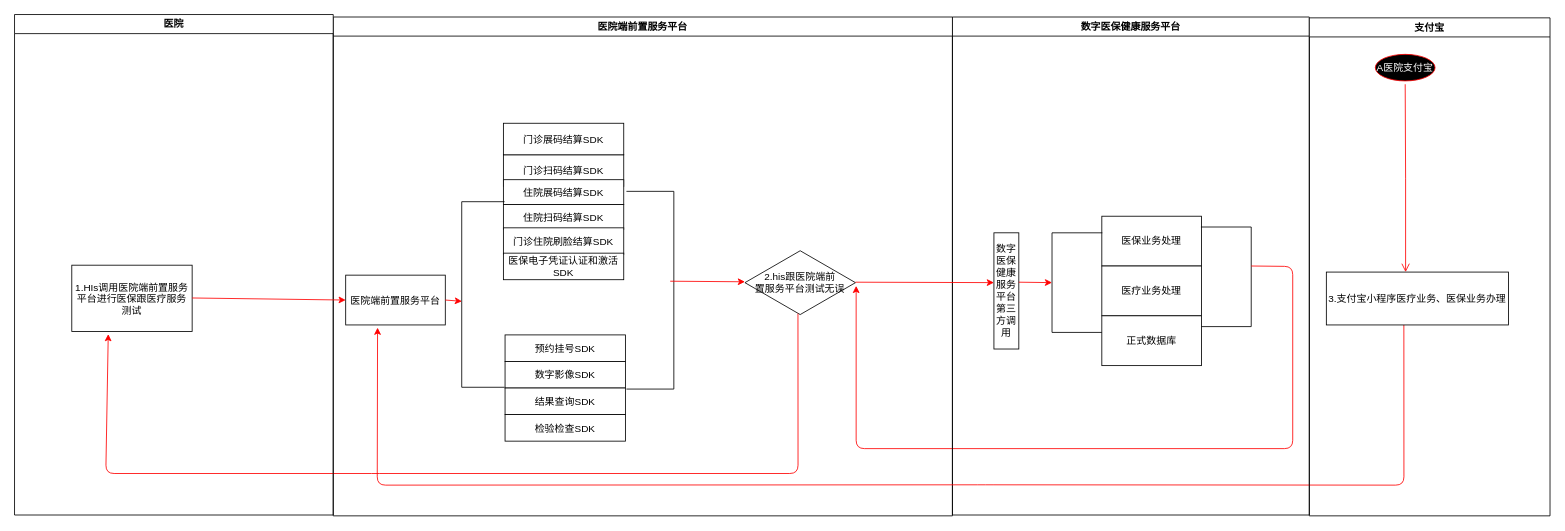
The draw.io diagram scis-master/Untitled Diagram.drawio in yangyutf/Springscxx, before the edit. Source tidied: cells renumbered, new cells numbered last; positions are measured from the earlier drawing's top-left corner, leaving out a move shared by most shapes. Both pictures are drawn from the tidied source at 83%, with x=0, y=0 at pixel (14, 14).
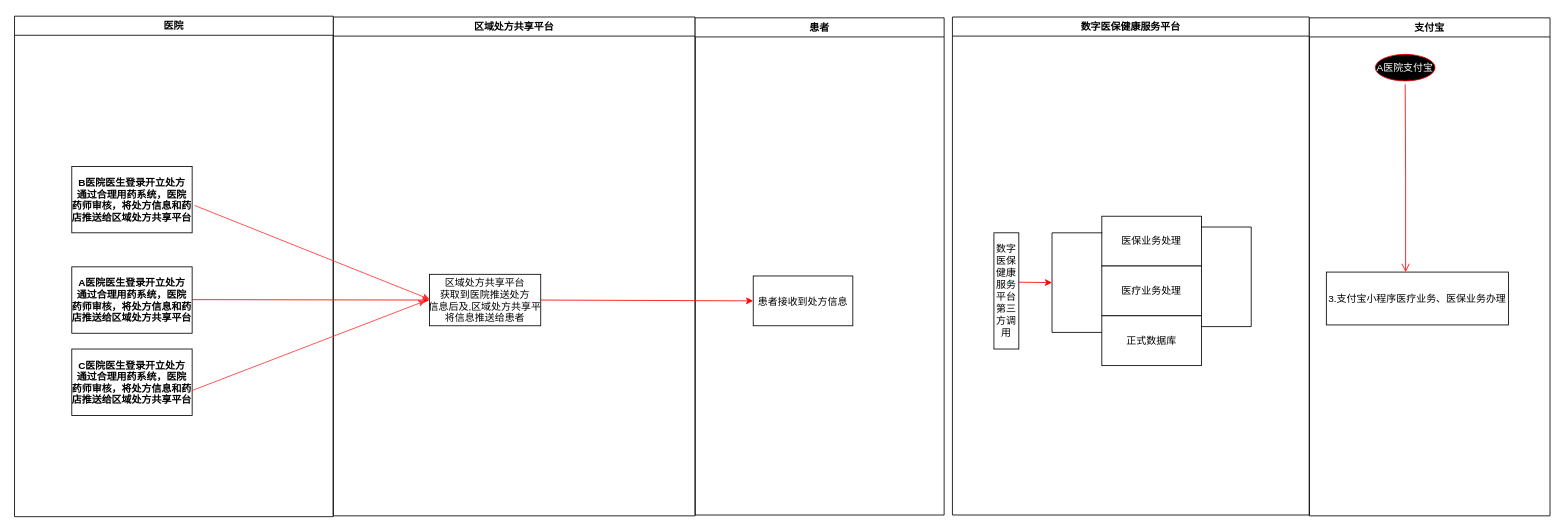
After the change.

The change refers to these unchanged cells:
```xml
<mxCell id="2" value="数字医保健康服务平台" style="swimlane;whiteSpace=wrap;" parent="1" vertex="1">
  <mxGeometry x="1130" y="3" width="430" height="600" as="geometry" />
</mxCell>
```

The edit, as a diff of the source:
```diff
@@
-    <mxCell id="10" style="endArrow=classic;html=1;strokeColor=#FF0000;fontColor=#FFFFFF;entryX=1.006;entryY=0.549;entryDx=0;entryDy=0;entryPerimeter=0;" parent="2" edge="1" target="26">
-      <mxGeometry relative="1" as="geometry">
-        <mxPoint x="360" y="300" as="sourcePoint" />
-        <Array as="points">
-          <mxPoint x="410" y="300.5" />
-          <mxPoint x="410" y="520" />
-          <mxPoint x="-116" y="520" />
-        </Array>
-      </mxGeometry>
-    </mxCell>
@@
-    <mxCell id="12" value="医院端前置服务平台" style="swimlane;whiteSpace=wrap;" parent="1" vertex="1">
-      <mxGeometry x="384" y="3" width="746" height="601" as="geometry" />
+    <mxCell id="12" value="区域处方共享平台" style="swimlane;whiteSpace=wrap;" parent="1" vertex="1">
+      <mxGeometry x="384" y="3" width="436" height="601" as="geometry" />
     </mxCell>
-    <mxCell id="13" value="门诊扫码结算SDK" parent="12" vertex="1">
-      <mxGeometry x="205" y="166" width="145" height="38" as="geometry" />
-    </mxCell>
-    <mxCell id="14" value="住院展码结算SDK" parent="12" vertex="1">
-      <mxGeometry x="205" y="196" width="145" height="30" as="geometry" />
-    </mxCell>
-    <mxCell id="15" value="住院扫码结算SDK" parent="12" vertex="1">
-      <mxGeometry x="205" y="226" width="145" height="30" as="geometry" />
-    </mxCell>
-    <mxCell id="16" value="门诊住院刷脸结算SDK" parent="12" vertex="1">
-      <mxGeometry x="205" y="254" width="145" height="32" as="geometry" />
-    </mxCell>
-    <mxCell id="17" value="门诊展码结算SDK" parent="12" vertex="1">
-      <mxGeometry x="205" y="128" width="145" height="38" as="geometry" />
-    </mxCell>
-    <mxCell id="18" value="医院端前置服务平台" parent="12" vertex="1">
-      <mxGeometry x="15" y="311" width="120" height="60" as="geometry" />
+    <mxCell id="18" value="区域处方共享平台&#10;获取到医院推送处方&#10;信息后及,区域处方共享平&#10;将信息推送给患者" parent="12" vertex="1">
+      <mxGeometry x="116" y="310" width="134" height="62" as="geometry" />
     </mxCell>
-    <mxCell id="19" style="endArrow=classic;html=1;strokeColor=#FF0000;fontColor=#FFFFFF;exitX=1;exitY=0.5;exitDx=0;exitDy=0;" parent="12" edge="1" source="18">
-      <mxGeometry relative="1" as="geometry">
-        <mxPoint x="155" y="343" as="targetPoint" />
-        <Array as="points">
-          <mxPoint x="155" y="342.5" />
-        </Array>
-      </mxGeometry>
-    </mxCell>
-    <mxCell id="20" value="预约挂号SDK" parent="12" vertex="1">
-      <mxGeometry x="207" y="383" width="145" height="32" as="geometry" />
-    </mxCell>
-    <mxCell id="21" value="数字影像SDK" parent="12" vertex="1">
-      <mxGeometry x="207" y="415" width="145" height="32" as="geometry" />
-    </mxCell>
-    <mxCell id="22" value="结果查询SDK" parent="12" vertex="1">
-      <mxGeometry x="207" y="447" width="145" height="32" as="geometry" />
-    </mxCell>
-    <mxCell id="23" value="检验检查SDK" parent="12" vertex="1">
-      <mxGeometry x="207" y="479" width="145" height="32" as="geometry" />
-    </mxCell>
-    <mxCell id="24" style="shape=partialRectangle;whiteSpace=wrap;html=1;bottom=1;right=1;left=1;top=0;fillColor=none;routingCenterX=-0.5;rotation=90;" parent="12" vertex="1">
-      <mxGeometry x="68.5" y="308.8" width="223.6" height="51" as="geometry" />
-    </mxCell>
-    <mxCell id="25" style="shape=partialRectangle;whiteSpace=wrap;html=1;bottom=1;right=1;left=1;top=0;fillColor=none;routingCenterX=-0.5;rotation=-90;" parent="12" vertex="1">
-      <mxGeometry x="263" y="300.9" width="238.2" height="56.5" as="geometry" />
-    </mxCell>
-    <mxCell id="26" value="2.his跟医院端前&lt;br&gt;置服务平台测试无误" style="html=1;whiteSpace=wrap;shape=isoRectangle;" parent="12" vertex="1">
-      <mxGeometry x="496" y="280.1" width="133.2" height="79.9" as="geometry" />
-    </mxCell>
-    <mxCell id="27" style="endArrow=classic;html=1;strokeColor=#FF0000;fontColor=#FFFFFF;" parent="12" edge="1">
-      <mxGeometry relative="1" as="geometry">
-        <mxPoint x="406" y="318.3" as="sourcePoint" />
-        <mxPoint x="496" y="319" as="targetPoint" />
-      </mxGeometry>
-    </mxCell>
-    <mxCell id="28" style="endArrow=classic;html=1;strokeColor=#FF0000;fontColor=#FFFFFF;entryX=0.303;entryY=1.038;entryDx=0;entryDy=0;entryPerimeter=0;" parent="12" edge="1" target="33">
-      <mxGeometry relative="1" as="geometry">
-        <mxPoint x="559.9" y="357.4" as="sourcePoint" />
-        <Array as="points">
-          <mxPoint x="560" y="550" />
-          <mxPoint x="56" y="550" />
-          <mxPoint x="-274" y="550" />
-        </Array>
-      </mxGeometry>
-    </mxCell>
-    <mxCell id="29" style="endArrow=classic;html=1;strokeColor=#FF0000;fontColor=#FFFFFF;" parent="12" edge="1">
-      <mxGeometry relative="1" as="geometry">
-        <mxPoint x="629.2" y="319.5" as="sourcePoint" />
-        <mxPoint x="796" y="320" as="targetPoint" />
-      </mxGeometry>
-    </mxCell>
-    <mxCell id="30" value="医保电子凭证认证和激活&#10;SDK" parent="12" vertex="1">
-      <mxGeometry x="205" y="284.5" width="145" height="32" as="geometry" />
-    </mxCell>
-    <mxCell id="31" style="endArrow=classic;html=1;strokeColor=#FF0000;fontColor=#FFFFFF;entryX=0.32;entryY=1.055;entryDx=0;entryDy=0;entryPerimeter=0;" parent="12" edge="1" target="18">
-      <mxGeometry relative="1" as="geometry">
-        <mxPoint x="1289.9" y="371" as="sourcePoint" />
-        <Array as="points">
-          <mxPoint x="1290" y="564" />
-          <mxPoint x="786" y="563.6" />
-          <mxPoint x="53" y="564" />
-        </Array>
-      </mxGeometry>
-    </mxCell>
     <mxCell id="32" value="医院" style="swimlane;whiteSpace=wrap;" parent="1" vertex="1">
-      <mxGeometry width="384" height="603" as="geometry" />
+      <mxGeometry y="2" width="384" height="603" as="geometry" />
     </mxCell>
-    <mxCell id="33" value="1.HIs调用医院端前置服务&#10;平台进行医保跟医疗服务&#10;测试" parent="32" vertex="1">
+    <mxCell id="33" value="A医院医生登录开立处方&#10;通过合理用药系统，医院&#10;药师审核，将处方信息和药&#10;店推送给区域处方共享平台" style="fontStyle=1;" parent="32" vertex="1">
       <mxGeometry x="69" y="302" width="145" height="80" as="geometry" />
     </mxCell>
@@
+    <mxCell id="39" value="B医院医生登录开立处方&#10;通过合理用药系统，医院&#10;药师审核，将处方信息和药&#10;店推送给区域处方共享平台" style="fontStyle=1;" parent="32" vertex="1">
+      <mxGeometry x="69" y="181" width="145" height="80" as="geometry" />
+    </mxCell>
+    <mxCell id="40" value="C医院医生登录开立处方&#10;通过合理用药系统，医院&#10;药师审核，将处方信息和药&#10;店推送给区域处方共享平台" style="fontStyle=1;" parent="32" vertex="1">
+      <mxGeometry x="69" y="401" width="145" height="80" as="geometry" />
+    </mxCell>
+    <mxCell id="41" style="endArrow=classic;html=1;strokeColor=#FF3333;" parent="32" edge="1">
+      <mxGeometry relative="1" as="geometry">
+        <mxPoint x="214" y="451" as="sourcePoint" />
+        <mxPoint x="495" y="343" as="targetPoint" />
+      </mxGeometry>
+    </mxCell>
@@
+    <mxCell id="42" value="患者" style="swimlane;whiteSpace=wrap;" parent="1" vertex="1">
+      <mxGeometry x="820" y="4" width="300" height="599" as="geometry" />
+    </mxCell>
+    <mxCell id="43" value="患者接收到处方信息" parent="42" vertex="1">
+      <mxGeometry x="70" y="311" width="120" height="60" as="geometry" />
+    </mxCell>
+    <mxCell id="19" style="endArrow=classic;html=1;strokeColor=#FF0000;fontColor=#FFFFFF;exitX=1;exitY=0.5;exitDx=0;exitDy=0;entryX=0;entryY=0.5;entryDx=0;entryDy=0;" parent="1" edge="1" source="18" target="43">
+      <mxGeometry relative="1" as="geometry" />
+    </mxCell>
+    <mxCell id="44" style="endArrow=classic;html=1;strokeColor=#FF3333;exitX=1.021;exitY=0.588;exitDx=0;exitDy=0;exitPerimeter=0;" parent="1" edge="1" source="39">
+      <mxGeometry relative="1" as="geometry">
+        <mxPoint x="500" y="343" as="targetPoint" />
+      </mxGeometry>
+    </mxCell>
```
